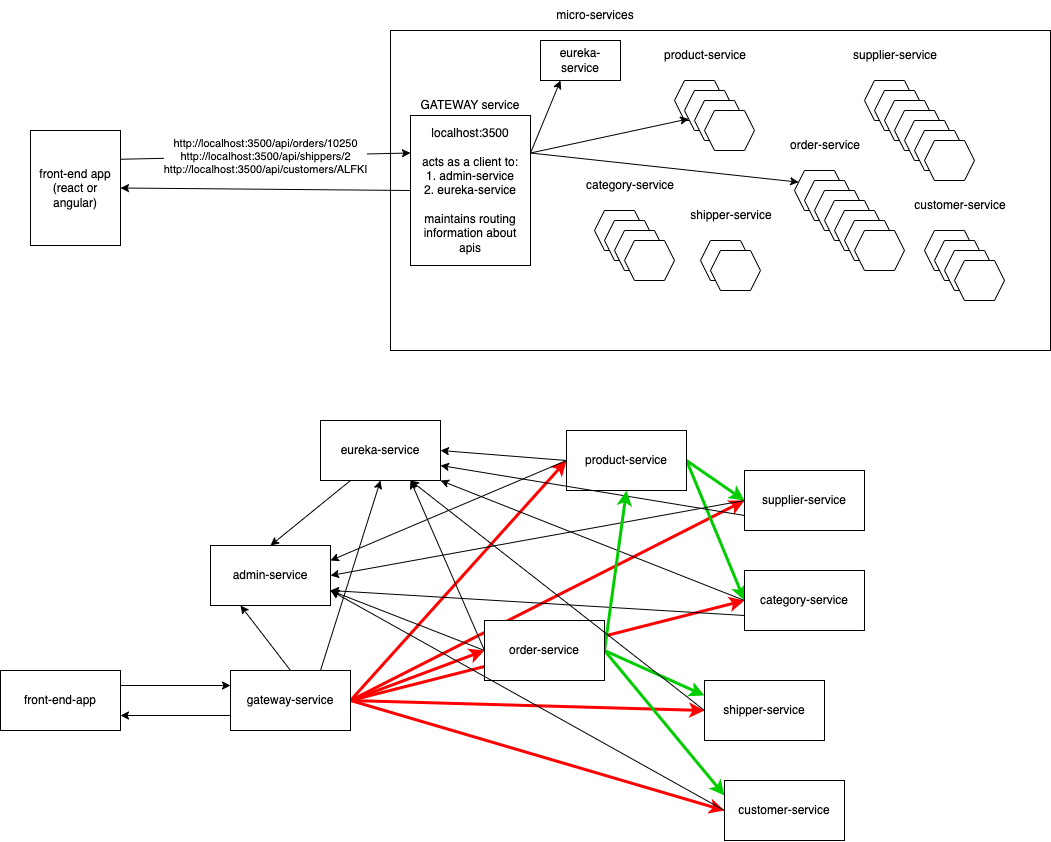
Before: 2023-07-21/gateway.dio.png, a diagram exported from draw.io (vinod-kayartaya/EDGEVERVE-MAVEN-SPRING-MAY-2023). Source tidied: cells renumbered, new cells last; positions are measured from the earlier drawing's top-left corner, leaving out a move shared by most shapes. The source it was exported from:
```xml
<mxGraphModel>
  <root>
    <mxCell id="0" />
    <mxCell id="1" parent="0" />
    <mxCell id="2" style="rounded=0;whiteSpace=wrap;html=1;" parent="1" vertex="1">
      <mxGeometry x="390" y="30" width="660" height="320" as="geometry" />
    </mxCell>
    <mxCell id="3" value="micro-services" style="text;html=1;strokeColor=none;fillColor=none;align=center;verticalAlign=middle;whiteSpace=wrap;rounded=0;" parent="1" vertex="1">
      <mxGeometry x="550" width="90" height="30" as="geometry" />
    </mxCell>
    <mxCell id="4" value="product-service" style="text;html=1;strokeColor=none;fillColor=none;align=center;verticalAlign=middle;whiteSpace=wrap;rounded=0;" parent="1" vertex="1">
      <mxGeometry x="660" y="40" width="90" height="30" as="geometry" />
    </mxCell>
    <mxCell id="5" style="shape=hexagon;perimeter=hexagonPerimeter2;whiteSpace=wrap;html=1;fixedSize=1;size=10;" parent="1" vertex="1">
      <mxGeometry x="674" y="80" width="50" height="40" as="geometry" />
    </mxCell>
    <mxCell id="6" style="shape=hexagon;perimeter=hexagonPerimeter2;whiteSpace=wrap;html=1;fixedSize=1;size=10;" parent="1" vertex="1">
      <mxGeometry x="684" y="90" width="50" height="40" as="geometry" />
    </mxCell>
    <mxCell id="7" style="shape=hexagon;perimeter=hexagonPerimeter2;whiteSpace=wrap;html=1;fixedSize=1;size=10;" parent="1" vertex="1">
      <mxGeometry x="694" y="100" width="50" height="40" as="geometry" />
    </mxCell>
    <mxCell id="8" style="shape=hexagon;perimeter=hexagonPerimeter2;whiteSpace=wrap;html=1;fixedSize=1;size=10;" parent="1" vertex="1">
      <mxGeometry x="704" y="110" width="50" height="40" as="geometry" />
    </mxCell>
    <mxCell id="9" value="supplier-service" style="text;html=1;strokeColor=none;fillColor=none;align=center;verticalAlign=middle;whiteSpace=wrap;rounded=0;" parent="1" vertex="1">
      <mxGeometry x="850" y="40" width="90" height="30" as="geometry" />
    </mxCell>
    <mxCell id="10" style="shape=hexagon;perimeter=hexagonPerimeter2;whiteSpace=wrap;html=1;fixedSize=1;size=10;" parent="1" vertex="1">
      <mxGeometry x="864" y="80" width="50" height="40" as="geometry" />
    </mxCell>
    <mxCell id="11" style="shape=hexagon;perimeter=hexagonPerimeter2;whiteSpace=wrap;html=1;fixedSize=1;size=10;" parent="1" vertex="1">
      <mxGeometry x="874" y="90" width="50" height="40" as="geometry" />
    </mxCell>
    <mxCell id="12" style="shape=hexagon;perimeter=hexagonPerimeter2;whiteSpace=wrap;html=1;fixedSize=1;size=10;" parent="1" vertex="1">
      <mxGeometry x="884" y="100" width="50" height="40" as="geometry" />
    </mxCell>
    <mxCell id="13" style="shape=hexagon;perimeter=hexagonPerimeter2;whiteSpace=wrap;html=1;fixedSize=1;size=10;" parent="1" vertex="1">
      <mxGeometry x="894" y="110" width="50" height="40" as="geometry" />
    </mxCell>
    <mxCell id="14" value="order-service" style="text;html=1;strokeColor=none;fillColor=none;align=center;verticalAlign=middle;whiteSpace=wrap;rounded=0;" parent="1" vertex="1">
      <mxGeometry x="780" y="130" width="90" height="30" as="geometry" />
    </mxCell>
    <mxCell id="15" style="shape=hexagon;perimeter=hexagonPerimeter2;whiteSpace=wrap;html=1;fixedSize=1;size=10;" parent="1" vertex="1">
      <mxGeometry x="794" y="170" width="50" height="40" as="geometry" />
    </mxCell>
    <mxCell id="16" style="shape=hexagon;perimeter=hexagonPerimeter2;whiteSpace=wrap;html=1;fixedSize=1;size=10;" parent="1" vertex="1">
      <mxGeometry x="804" y="180" width="50" height="40" as="geometry" />
    </mxCell>
    <mxCell id="17" style="shape=hexagon;perimeter=hexagonPerimeter2;whiteSpace=wrap;html=1;fixedSize=1;size=10;" parent="1" vertex="1">
      <mxGeometry x="814" y="190" width="50" height="40" as="geometry" />
    </mxCell>
    <mxCell id="18" style="shape=hexagon;perimeter=hexagonPerimeter2;whiteSpace=wrap;html=1;fixedSize=1;size=10;" parent="1" vertex="1">
      <mxGeometry x="824" y="200" width="50" height="40" as="geometry" />
    </mxCell>
    <mxCell id="19" value="customer-service" style="text;html=1;strokeColor=none;fillColor=none;align=center;verticalAlign=middle;whiteSpace=wrap;rounded=0;" parent="1" vertex="1">
      <mxGeometry x="910" y="190" width="100" height="30" as="geometry" />
    </mxCell>
    <mxCell id="20" style="shape=hexagon;perimeter=hexagonPerimeter2;whiteSpace=wrap;html=1;fixedSize=1;size=10;" parent="1" vertex="1">
      <mxGeometry x="924" y="230" width="50" height="40" as="geometry" />
    </mxCell>
    <mxCell id="21" style="shape=hexagon;perimeter=hexagonPerimeter2;whiteSpace=wrap;html=1;fixedSize=1;size=10;" parent="1" vertex="1">
      <mxGeometry x="934" y="240" width="50" height="40" as="geometry" />
    </mxCell>
    <mxCell id="22" style="shape=hexagon;perimeter=hexagonPerimeter2;whiteSpace=wrap;html=1;fixedSize=1;size=10;" parent="1" vertex="1">
      <mxGeometry x="944" y="250" width="50" height="40" as="geometry" />
    </mxCell>
    <mxCell id="23" style="shape=hexagon;perimeter=hexagonPerimeter2;whiteSpace=wrap;html=1;fixedSize=1;size=10;" parent="1" vertex="1">
      <mxGeometry x="954" y="260" width="50" height="40" as="geometry" />
    </mxCell>
    <mxCell id="24" value="shipper-service" style="text;html=1;strokeColor=none;fillColor=none;align=center;verticalAlign=middle;whiteSpace=wrap;rounded=0;" parent="1" vertex="1">
      <mxGeometry x="686" y="200" width="90" height="30" as="geometry" />
    </mxCell>
    <mxCell id="25" style="shape=hexagon;perimeter=hexagonPerimeter2;whiteSpace=wrap;html=1;fixedSize=1;size=10;" parent="1" vertex="1">
      <mxGeometry x="700" y="240" width="50" height="40" as="geometry" />
    </mxCell>
    <mxCell id="26" style="shape=hexagon;perimeter=hexagonPerimeter2;whiteSpace=wrap;html=1;fixedSize=1;size=10;" parent="1" vertex="1">
      <mxGeometry x="710" y="250" width="50" height="40" as="geometry" />
    </mxCell>
    <mxCell id="27" value="category-service" style="text;html=1;strokeColor=none;fillColor=none;align=center;verticalAlign=middle;whiteSpace=wrap;rounded=0;" parent="1" vertex="1">
      <mxGeometry x="580" y="170" width="100" height="30" as="geometry" />
    </mxCell>
    <mxCell id="28" style="shape=hexagon;perimeter=hexagonPerimeter2;whiteSpace=wrap;html=1;fixedSize=1;size=10;" parent="1" vertex="1">
      <mxGeometry x="594" y="210" width="50" height="40" as="geometry" />
    </mxCell>
    <mxCell id="29" style="shape=hexagon;perimeter=hexagonPerimeter2;whiteSpace=wrap;html=1;fixedSize=1;size=10;" parent="1" vertex="1">
      <mxGeometry x="604" y="220" width="50" height="40" as="geometry" />
    </mxCell>
    <mxCell id="30" style="shape=hexagon;perimeter=hexagonPerimeter2;whiteSpace=wrap;html=1;fixedSize=1;size=10;" parent="1" vertex="1">
      <mxGeometry x="614" y="230" width="50" height="40" as="geometry" />
    </mxCell>
    <mxCell id="31" value="http://localhost:3500/api/orders/10250&lt;br&gt;http://localhost:3500/api/shippers/2&lt;br&gt;http://localhost:3500/api/customers/ALFKI" style="edgeStyle=none;html=1;exitX=1;exitY=0.25;exitDx=0;exitDy=0;entryX=0;entryY=0.25;entryDx=0;entryDy=0;" parent="1" edge="1" source="32" target="43">
      <mxGeometry relative="1" as="geometry" />
    </mxCell>
    <mxCell id="32" value="front-end app&lt;br&gt;(react or angular)" style="rounded=0;whiteSpace=wrap;html=1;" parent="1" vertex="1">
      <mxGeometry x="30" y="130" width="90" height="115" as="geometry" />
    </mxCell>
    <mxCell id="33" style="shape=hexagon;perimeter=hexagonPerimeter2;whiteSpace=wrap;html=1;fixedSize=1;size=10;" parent="1" vertex="1">
      <mxGeometry x="904" y="120" width="50" height="40" as="geometry" />
    </mxCell>
    <mxCell id="34" style="shape=hexagon;perimeter=hexagonPerimeter2;whiteSpace=wrap;html=1;fixedSize=1;size=10;" parent="1" vertex="1">
      <mxGeometry x="914" y="130" width="50" height="40" as="geometry" />
    </mxCell>
    <mxCell id="35" style="shape=hexagon;perimeter=hexagonPerimeter2;whiteSpace=wrap;html=1;fixedSize=1;size=10;" parent="1" vertex="1">
      <mxGeometry x="924" y="140" width="50" height="40" as="geometry" />
    </mxCell>
    <mxCell id="36" style="shape=hexagon;perimeter=hexagonPerimeter2;whiteSpace=wrap;html=1;fixedSize=1;size=10;" parent="1" vertex="1">
      <mxGeometry x="834" y="210" width="50" height="40" as="geometry" />
    </mxCell>
    <mxCell id="37" style="shape=hexagon;perimeter=hexagonPerimeter2;whiteSpace=wrap;html=1;fixedSize=1;size=10;" parent="1" vertex="1">
      <mxGeometry x="844" y="220" width="50" height="40" as="geometry" />
    </mxCell>
    <mxCell id="38" style="shape=hexagon;perimeter=hexagonPerimeter2;whiteSpace=wrap;html=1;fixedSize=1;size=10;" parent="1" vertex="1">
      <mxGeometry x="854" y="230" width="50" height="40" as="geometry" />
    </mxCell>
    <mxCell id="39" style="edgeStyle=none;html=1;exitX=1;exitY=0.25;exitDx=0;exitDy=0;entryX=0.25;entryY=1;entryDx=0;entryDy=0;" parent="1" edge="1" source="43" target="45">
      <mxGeometry relative="1" as="geometry" />
    </mxCell>
    <mxCell id="40" style="edgeStyle=none;html=1;exitX=1;exitY=0.25;exitDx=0;exitDy=0;entryX=0;entryY=0.25;entryDx=0;entryDy=0;" parent="1" edge="1" source="43" target="15">
      <mxGeometry relative="1" as="geometry" />
    </mxCell>
    <mxCell id="41" style="edgeStyle=none;html=1;exitX=0;exitY=0.5;exitDx=0;exitDy=0;entryX=1;entryY=0.5;entryDx=0;entryDy=0;" parent="1" edge="1" source="43" target="32">
      <mxGeometry relative="1" as="geometry" />
    </mxCell>
    <mxCell id="42" style="edgeStyle=none;html=1;exitX=1;exitY=0.25;exitDx=0;exitDy=0;entryX=0;entryY=0.75;entryDx=0;entryDy=0;" parent="1" edge="1" source="43" target="6">
      <mxGeometry relative="1" as="geometry" />
    </mxCell>
    <mxCell id="43" value="localhost:3500&lt;br&gt;&lt;br&gt;acts as a client to:&lt;br&gt;1. admin-service&lt;br&gt;2. eureka-service&lt;br&gt;&lt;br&gt;maintains routing information about apis" style="rounded=0;whiteSpace=wrap;html=1;" parent="1" vertex="1">
      <mxGeometry x="410" y="115" width="120" height="150" as="geometry" />
    </mxCell>
    <mxCell id="44" value="GATEWAY service" style="text;html=1;strokeColor=none;fillColor=none;align=center;verticalAlign=middle;whiteSpace=wrap;rounded=0;" parent="1" vertex="1">
      <mxGeometry x="410" y="90" width="120" height="30" as="geometry" />
    </mxCell>
    <mxCell id="45" value="eureka-service" style="rounded=0;whiteSpace=wrap;html=1;" parent="1" vertex="1">
      <mxGeometry x="540" y="40" width="80" height="40" as="geometry" />
    </mxCell>
    <mxCell id="46" style="shape=hexagon;perimeter=hexagonPerimeter2;whiteSpace=wrap;html=1;fixedSize=1;size=10;" parent="1" vertex="1">
      <mxGeometry x="624" y="240" width="50" height="40" as="geometry" />
    </mxCell>
    <mxCell id="47" style="edgeStyle=none;html=1;exitX=0.5;exitY=0;exitDx=0;exitDy=0;entryX=0.25;entryY=1;entryDx=0;entryDy=0;" parent="1" edge="1" source="56" target="57">
      <mxGeometry relative="1" as="geometry" />
    </mxCell>
    <mxCell id="48" style="edgeStyle=none;html=1;exitX=0.75;exitY=0;exitDx=0;exitDy=0;entryX=0.5;entryY=1;entryDx=0;entryDy=0;" parent="1" edge="1" source="56" target="59">
      <mxGeometry relative="1" as="geometry" />
    </mxCell>
    <mxCell id="49" style="edgeStyle=none;html=1;exitX=0;exitY=0.75;exitDx=0;exitDy=0;entryX=1;entryY=0.75;entryDx=0;entryDy=0;" parent="1" edge="1" source="56" target="82">
      <mxGeometry relative="1" as="geometry" />
    </mxCell>
    <mxCell id="50" style="edgeStyle=none;html=1;exitX=1;exitY=0.5;exitDx=0;exitDy=0;entryX=0;entryY=0.5;entryDx=0;entryDy=0;strokeColor=#FF0000;strokeWidth=3;" parent="1" edge="1" source="56" target="64">
      <mxGeometry relative="1" as="geometry" />
    </mxCell>
    <mxCell id="51" style="edgeStyle=none;html=1;exitX=1;exitY=0.5;exitDx=0;exitDy=0;entryX=0;entryY=0.5;entryDx=0;entryDy=0;strokeColor=#FF0000;strokeWidth=3;" parent="1" edge="1" source="56" target="67">
      <mxGeometry relative="1" as="geometry" />
    </mxCell>
    <mxCell id="52" style="edgeStyle=none;html=1;exitX=1;exitY=0.5;exitDx=0;exitDy=0;entryX=0;entryY=0.5;entryDx=0;entryDy=0;strokeColor=#FF0000;strokeWidth=3;" parent="1" edge="1" source="56" target="76">
      <mxGeometry relative="1" as="geometry" />
    </mxCell>
    <mxCell id="53" style="edgeStyle=none;html=1;exitX=1;exitY=0.5;exitDx=0;exitDy=0;entryX=0;entryY=0.5;entryDx=0;entryDy=0;strokeColor=#FF0000;strokeWidth=3;" parent="1" edge="1" source="56" target="78">
      <mxGeometry relative="1" as="geometry" />
    </mxCell>
    <mxCell id="54" style="edgeStyle=none;html=1;exitX=1;exitY=0.5;exitDx=0;exitDy=0;entryX=0;entryY=0.5;entryDx=0;entryDy=0;strokeColor=#FF0000;strokeWidth=3;" parent="1" edge="1" source="56" target="80">
      <mxGeometry relative="1" as="geometry" />
    </mxCell>
    <mxCell id="55" style="edgeStyle=none;html=1;exitX=1;exitY=0.5;exitDx=0;exitDy=0;entryX=0;entryY=0.5;entryDx=0;entryDy=0;strokeColor=#FF0000;strokeWidth=3;" parent="1" edge="1" source="56" target="70">
      <mxGeometry relative="1" as="geometry" />
    </mxCell>
    <mxCell id="56" value="gateway-service" style="rounded=0;whiteSpace=wrap;html=1;" parent="1" vertex="1">
      <mxGeometry x="230" y="670" width="120" height="60" as="geometry" />
    </mxCell>
    <mxCell id="57" value="admin-service" style="rounded=0;whiteSpace=wrap;html=1;" parent="1" vertex="1">
      <mxGeometry x="210" y="545" width="120" height="60" as="geometry" />
    </mxCell>
    <mxCell id="58" style="edgeStyle=none;html=1;exitX=0.25;exitY=1;exitDx=0;exitDy=0;entryX=0.5;entryY=0;entryDx=0;entryDy=0;" parent="1" edge="1" source="59" target="57">
      <mxGeometry relative="1" as="geometry" />
    </mxCell>
    <mxCell id="59" value="eureka-service" style="rounded=0;whiteSpace=wrap;html=1;" parent="1" vertex="1">
      <mxGeometry x="320" y="420" width="120" height="60" as="geometry" />
    </mxCell>
    <mxCell id="60" style="edgeStyle=none;html=1;exitX=0;exitY=0.5;exitDx=0;exitDy=0;entryX=1;entryY=0.5;entryDx=0;entryDy=0;" parent="1" edge="1" source="64" target="59">
      <mxGeometry relative="1" as="geometry" />
    </mxCell>
    <mxCell id="61" style="edgeStyle=none;html=1;exitX=0;exitY=0.5;exitDx=0;exitDy=0;entryX=1;entryY=0.25;entryDx=0;entryDy=0;" parent="1" edge="1" source="64" target="57">
      <mxGeometry relative="1" as="geometry" />
    </mxCell>
    <mxCell id="62" style="edgeStyle=none;html=1;exitX=1;exitY=0.5;exitDx=0;exitDy=0;entryX=0;entryY=0.5;entryDx=0;entryDy=0;strokeColor=#00CC00;strokeWidth=3;" parent="1" edge="1" source="64" target="67">
      <mxGeometry relative="1" as="geometry" />
    </mxCell>
    <mxCell id="63" style="edgeStyle=none;html=1;exitX=1;exitY=0.5;exitDx=0;exitDy=0;entryX=0;entryY=0.5;entryDx=0;entryDy=0;strokeColor=#00CC00;strokeWidth=3;" parent="1" edge="1" source="64" target="70">
      <mxGeometry relative="1" as="geometry" />
    </mxCell>
    <mxCell id="64" value="product-service" style="rounded=0;whiteSpace=wrap;html=1;" parent="1" vertex="1">
      <mxGeometry x="566" y="430" width="120" height="60" as="geometry" />
    </mxCell>
    <mxCell id="65" style="edgeStyle=none;html=1;exitX=0;exitY=0.75;exitDx=0;exitDy=0;entryX=1;entryY=0.75;entryDx=0;entryDy=0;" parent="1" edge="1" source="67" target="59">
      <mxGeometry relative="1" as="geometry" />
    </mxCell>
    <mxCell id="66" style="edgeStyle=none;html=1;exitX=0;exitY=0.5;exitDx=0;exitDy=0;entryX=1;entryY=0.5;entryDx=0;entryDy=0;" parent="1" edge="1" source="67" target="57">
      <mxGeometry relative="1" as="geometry" />
    </mxCell>
    <mxCell id="67" value="supplier-service" style="rounded=0;whiteSpace=wrap;html=1;" parent="1" vertex="1">
      <mxGeometry x="744" y="470" width="120" height="60" as="geometry" />
    </mxCell>
    <mxCell id="68" style="edgeStyle=none;html=1;exitX=0;exitY=0.5;exitDx=0;exitDy=0;entryX=1;entryY=1;entryDx=0;entryDy=0;" parent="1" edge="1" source="70" target="59">
      <mxGeometry relative="1" as="geometry" />
    </mxCell>
    <mxCell id="69" style="edgeStyle=none;html=1;exitX=0;exitY=0.75;exitDx=0;exitDy=0;entryX=1;entryY=0.75;entryDx=0;entryDy=0;" parent="1" edge="1" source="70" target="57">
      <mxGeometry relative="1" as="geometry" />
    </mxCell>
    <mxCell id="70" value="category-service" style="rounded=0;whiteSpace=wrap;html=1;" parent="1" vertex="1">
      <mxGeometry x="744" y="570" width="120" height="60" as="geometry" />
    </mxCell>
    <mxCell id="71" style="edgeStyle=none;html=1;exitX=0;exitY=0.5;exitDx=0;exitDy=0;entryX=0.75;entryY=1;entryDx=0;entryDy=0;" parent="1" edge="1" source="76" target="59">
      <mxGeometry relative="1" as="geometry" />
    </mxCell>
    <mxCell id="72" style="edgeStyle=none;html=1;exitX=0;exitY=0.5;exitDx=0;exitDy=0;entryX=1;entryY=0.75;entryDx=0;entryDy=0;" parent="1" edge="1" source="76" target="57">
      <mxGeometry relative="1" as="geometry" />
    </mxCell>
    <mxCell id="73" style="edgeStyle=none;html=1;exitX=1;exitY=0.5;exitDx=0;exitDy=0;entryX=0;entryY=0.25;entryDx=0;entryDy=0;strokeColor=#00CC00;strokeWidth=3;" parent="1" edge="1" source="76" target="78">
      <mxGeometry relative="1" as="geometry" />
    </mxCell>
    <mxCell id="74" style="edgeStyle=none;html=1;exitX=1;exitY=0.5;exitDx=0;exitDy=0;entryX=0;entryY=0.25;entryDx=0;entryDy=0;strokeColor=#00CC00;strokeWidth=3;" parent="1" edge="1" source="76" target="80">
      <mxGeometry relative="1" as="geometry" />
    </mxCell>
    <mxCell id="75" style="edgeStyle=none;html=1;exitX=1;exitY=0.5;exitDx=0;exitDy=0;entryX=0.5;entryY=1;entryDx=0;entryDy=0;strokeColor=#00CC00;strokeWidth=3;" parent="1" edge="1" source="76" target="64">
      <mxGeometry relative="1" as="geometry" />
    </mxCell>
    <mxCell id="76" value="order-service" style="rounded=0;whiteSpace=wrap;html=1;" parent="1" vertex="1">
      <mxGeometry x="484" y="620" width="120" height="60" as="geometry" />
    </mxCell>
    <mxCell id="77" style="edgeStyle=none;html=1;exitX=0;exitY=0.5;exitDx=0;exitDy=0;entryX=0.75;entryY=1;entryDx=0;entryDy=0;" parent="1" edge="1" source="78" target="59">
      <mxGeometry relative="1" as="geometry" />
    </mxCell>
    <mxCell id="78" value="shipper-service" style="rounded=0;whiteSpace=wrap;html=1;" parent="1" vertex="1">
      <mxGeometry x="704" y="680" width="120" height="60" as="geometry" />
    </mxCell>
    <mxCell id="79" style="edgeStyle=none;html=1;exitX=0;exitY=0.5;exitDx=0;exitDy=0;entryX=1;entryY=0.75;entryDx=0;entryDy=0;" parent="1" edge="1" source="80" target="57">
      <mxGeometry relative="1" as="geometry" />
    </mxCell>
    <mxCell id="80" value="customer-service" style="rounded=0;whiteSpace=wrap;html=1;" parent="1" vertex="1">
      <mxGeometry x="724" y="780" width="120" height="60" as="geometry" />
    </mxCell>
    <mxCell id="81" style="edgeStyle=none;html=1;exitX=1;exitY=0.25;exitDx=0;exitDy=0;entryX=0;entryY=0.25;entryDx=0;entryDy=0;" parent="1" edge="1" source="82" target="56">
      <mxGeometry relative="1" as="geometry" />
    </mxCell>
    <mxCell id="82" value="front-end-app" style="rounded=0;whiteSpace=wrap;html=1;" parent="1" vertex="1">
      <mxGeometry y="670" width="120" height="60" as="geometry" />
    </mxCell>
  </root>
</mxGraphModel>
```
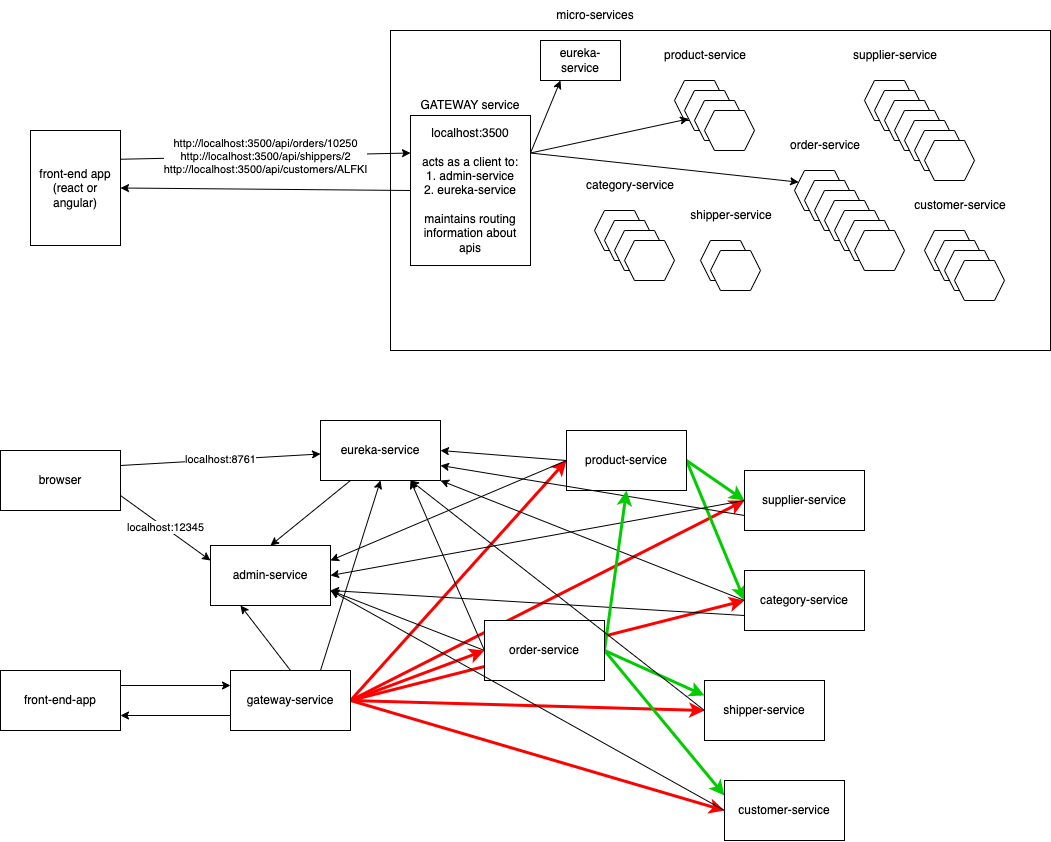
Later version of the same file.

Commit message:
gateway service demo

Change to the diagram source:
```diff
@@ -245,5 +245,14 @@
     <mxCell id="82" value="front-end-app" style="rounded=0;whiteSpace=wrap;html=1;" parent="1" vertex="1">
       <mxGeometry y="670" width="120" height="60" as="geometry" />
     </mxCell>
+    <mxCell id="83" value="localhost:8761" style="edgeStyle=none;html=1;exitX=1;exitY=0.25;exitDx=0;exitDy=0;strokeColor=#000000;strokeWidth=1;" parent="1" edge="1" source="85" target="59">
+      <mxGeometry relative="1" as="geometry" />
+    </mxCell>
+    <mxCell id="84" value="localhost:12345" style="edgeStyle=none;html=1;exitX=1;exitY=0.75;exitDx=0;exitDy=0;entryX=0;entryY=0.25;entryDx=0;entryDy=0;strokeColor=#000000;strokeWidth=1;" parent="1" edge="1" source="85" target="57">
+      <mxGeometry relative="1" as="geometry" />
+    </mxCell>
+    <mxCell id="85" value="browser" style="rounded=0;whiteSpace=wrap;html=1;" parent="1" vertex="1">
+      <mxGeometry y="450" width="120" height="60" as="geometry" />
+    </mxCell>
   </root>
 </mxGraphModel>
```
